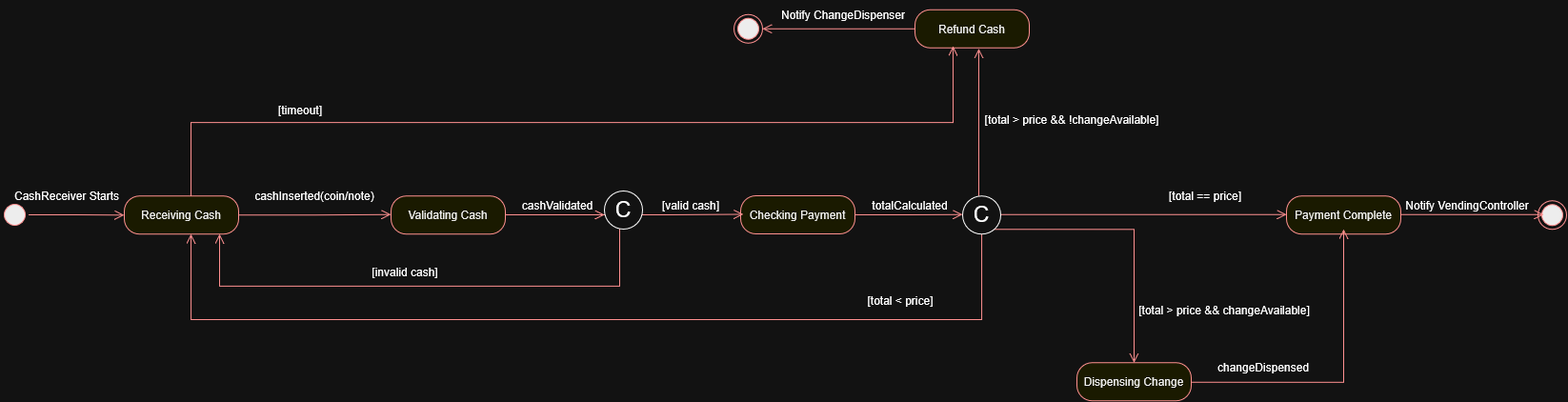
Above: Diagrams/State Transition Diagram.png in unpricedgull9/SoftwareCW1 (draw.io), before the change. Source tidied: cells renumbered, new cells last; positions are measured from the earlier drawing's top-left corner, leaving out a move shared by most shapes.
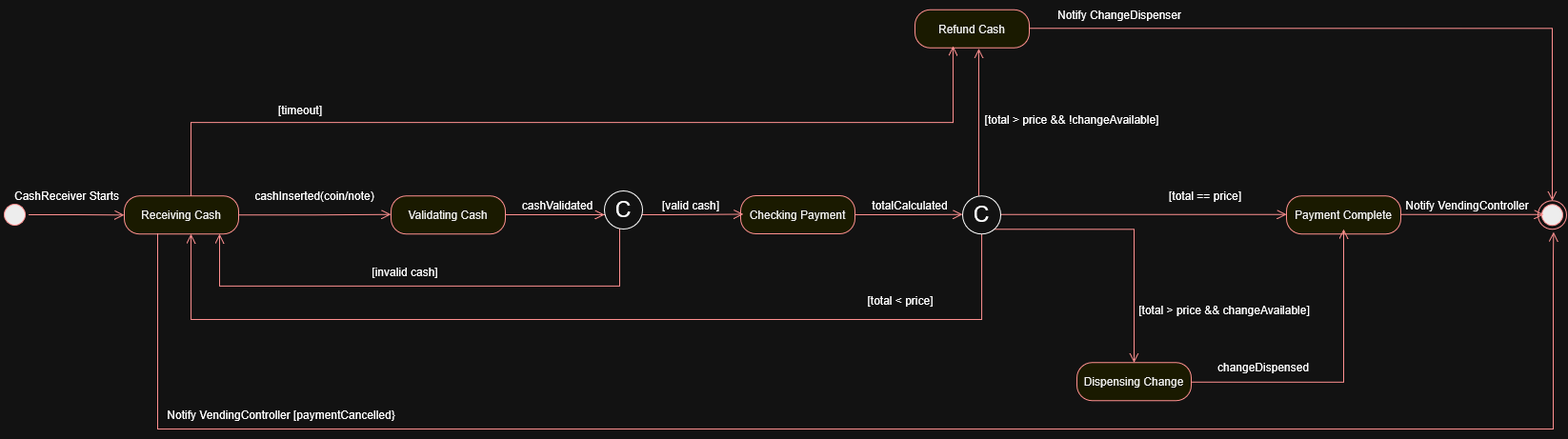
After the change.

Commit message:
Improved diagram with cancelling and only one end

Change to the diagram source:
```diff
@@ -72,14 +72,11 @@
         <mxPoint x="1027" y="205.2" as="sourcePoint" />
       </mxGeometry>
     </mxCell>
-    <mxCell id="20" style="edgeStyle=orthogonalEdgeStyle;html=1;verticalAlign=bottom;endArrow=open;endSize=8;strokeColor=#ff0000;rounded=0;defaultLabelBackgroundColor=page;exitX=0;exitY=0.5;exitDx=0;exitDy=0;" parent="1" edge="1" source="18">
-      <mxGeometry x="0.78" relative="1" as="geometry">
-        <mxPoint x="800" y="29.8" as="targetPoint" />
+    <mxCell id="20" style="edgeStyle=orthogonalEdgeStyle;html=1;verticalAlign=bottom;endArrow=open;endSize=8;strokeColor=#ff0000;rounded=0;defaultLabelBackgroundColor=page;exitX=0;exitY=0.5;exitDx=0;exitDy=0;entryX=0.5;entryY=0;entryDx=0;entryDy=0;" parent="1" edge="1" target="36">
+      <mxGeometry x="-0.57" relative="1" as="geometry">
+        <mxPoint x="1080" y="29.2" as="sourcePoint" />
       </mxGeometry>
     </mxCell>
-    <mxCell id="21" style="ellipse;html=1;shape=endState;fillColor=#000000;strokeColor=#ff0000;" parent="1" vertex="1">
-      <mxGeometry x="770" y="14.8" width="30" height="30" as="geometry" />
-    </mxCell>
     <mxCell id="22" style="edgeStyle=orthogonalEdgeStyle;html=1;verticalAlign=bottom;endArrow=open;endSize=8;strokeColor=#ff0000;rounded=0;defaultLabelBackgroundColor=page;" parent="1" edge="1">
       <mxGeometry x="-0.29" relative="1" as="geometry">
         <mxPoint x="1050" y="224.8" as="sourcePoint" />
@@ -101,7 +98,7 @@
       </mxGeometry>
     </mxCell>
     <mxCell id="27" value="&lt;div&gt;Notify ChangeDispenser&lt;/div&gt;" style="text;html=1;whiteSpace=wrap;align=center;verticalAlign=middle;rounded=0;" parent="1" vertex="1">
-      <mxGeometry x="790" width="190" height="30" as="geometry" />
+      <mxGeometry x="1080" width="190" height="30" as="geometry" />
     </mxCell>
     <mxCell id="28" value="changeDispensed" style="text;html=1;whiteSpace=wrap;align=center;verticalAlign=middle;rounded=0;" parent="1" vertex="1">
       <mxGeometry x="1231" y="370.2" width="190" height="30" as="geometry" />
@@ -160,5 +157,18 @@
     <mxCell id="40" value="[timeout]" style="text;html=1;whiteSpace=wrap;align=center;verticalAlign=middle;rounded=0;" parent="1" vertex="1">
       <mxGeometry x="250" y="100" width="130" height="30" as="geometry" />
     </mxCell>
+    <mxCell id="41" style="edgeStyle=orthogonalEdgeStyle;html=1;verticalAlign=bottom;endArrow=open;endSize=8;strokeColor=#ff0000;rounded=0;defaultLabelBackgroundColor=page;entryX=0.544;entryY=1.092;entryDx=0;entryDy=0;entryPerimeter=0;" parent="1" edge="1" target="36">
+      <mxGeometry x="0.01" relative="1" as="geometry">
+        <mxPoint x="165" y="245" as="sourcePoint" />
+        <Array as="points">
+          <mxPoint x="165" y="450" />
+          <mxPoint x="1630" y="450" />
+          <mxPoint x="1630" y="270" />
+        </Array>
+      </mxGeometry>
+    </mxCell>
+    <mxCell id="42" value="Notify VendingController [paymentCancelled}" style="text;html=1;whiteSpace=wrap;align=center;verticalAlign=middle;rounded=0;" parent="1" vertex="1">
+      <mxGeometry x="150" y="420.2" width="290" height="30" as="geometry" />
+    </mxCell>
   </root>
 </mxGraphModel>
```
